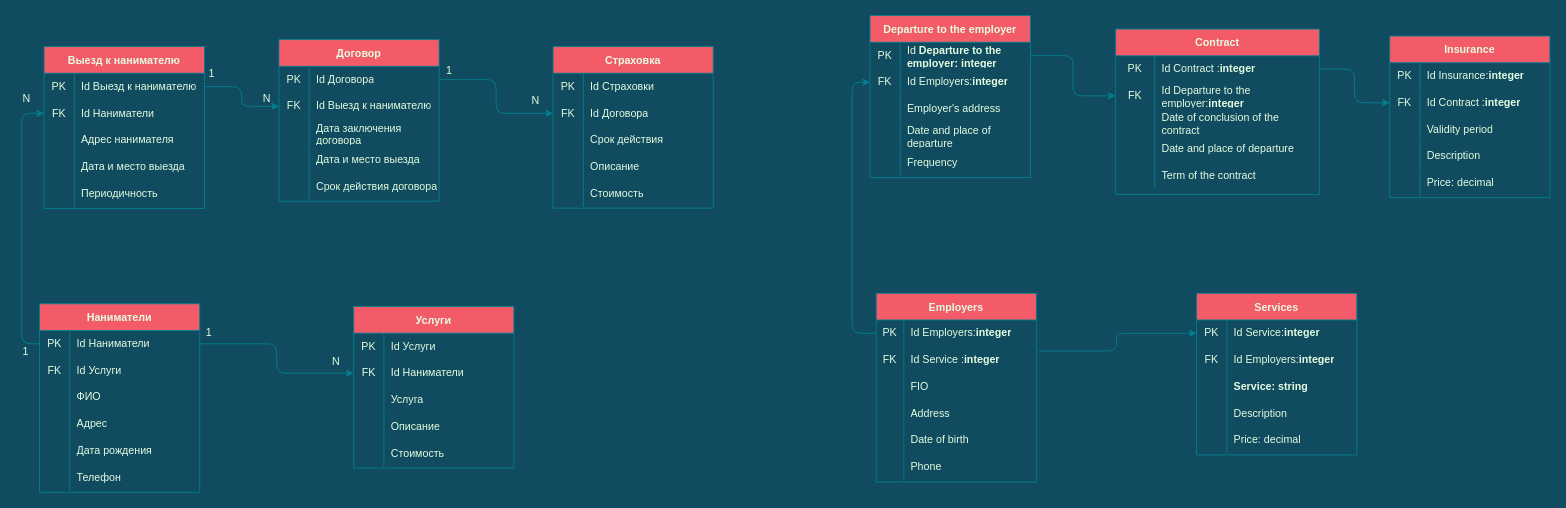
Earlier version of the draw.io diagram TP.drawio (21michael21/Boom21). Source tidied: cells renumbered, new cells numbered last; positions are measured from the earlier drawing's top-left corner, leaving out a move shared by most shapes. Both pictures are drawn from the tidied source at 89%, with x=0, y=0 at pixel (17, 15).
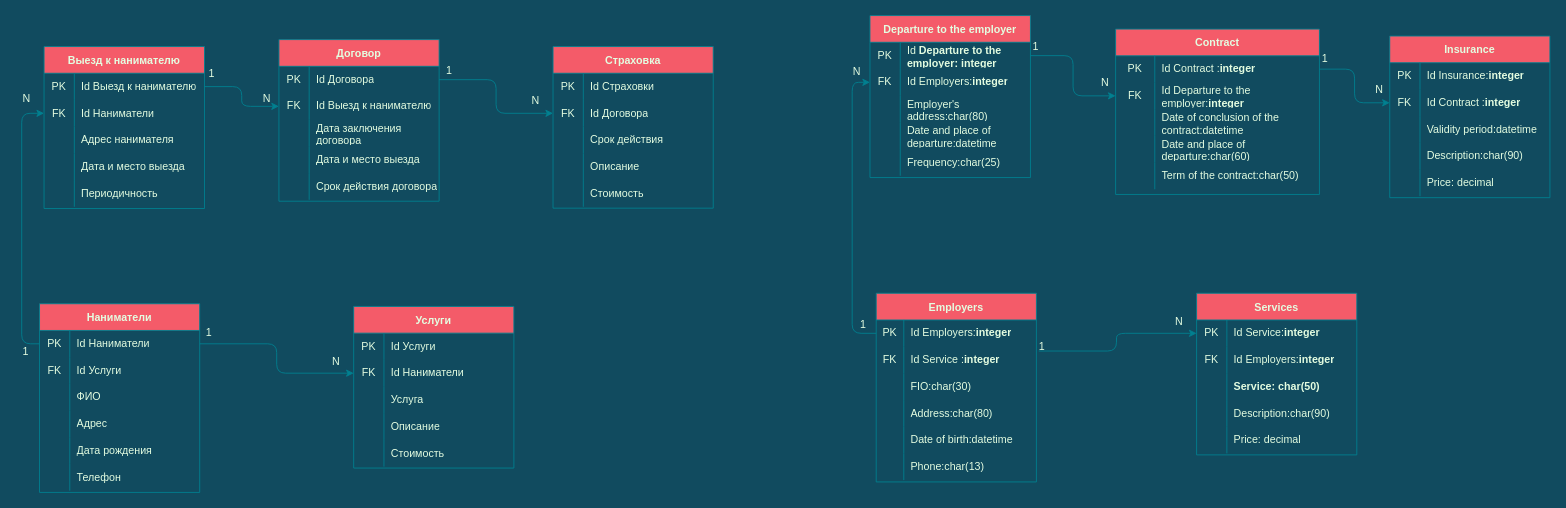
The same diagram, later.

The change refers to these unchanged cells:
```xml
<mxCell id="9" style="shape=tableRow;horizontal=0;startSize=0;swimlaneHead=0;swimlaneBody=0;top=0;left=0;bottom=0;right=0;fillColor=none;rounded=0;sketch=0;fontColor=#E4FDE1;strokeColor=#028090;" parent="2" vertex="1">
  <mxGeometry y="90" width="180.3" height="30" as="geometry" />
</mxCell>
<mxCell id="12" style="shape=tableRow;horizontal=0;startSize=0;swimlaneHead=0;swimlaneBody=0;top=0;left=0;bottom=0;right=0;fillColor=none;rounded=0;sketch=0;fontColor=#E4FDE1;strokeColor=#028090;" parent="2" vertex="1">
  <mxGeometry y="120" width="180.3" height="30" as="geometry" />
</mxCell>
<mxCell id="15" style="shape=tableRow;horizontal=0;startSize=0;swimlaneHead=0;swimlaneBody=0;top=0;left=0;bottom=0;right=0;fillColor=none;rounded=0;sketch=0;fontColor=#E4FDE1;strokeColor=#028090;" parent="2" vertex="1">
  <mxGeometry y="150" width="180.3" height="30" as="geometry" />
</mxCell>
<mxCell id="25" style="shape=tableRow;horizontal=0;startSize=0;swimlaneHead=0;swimlaneBody=0;top=0;left=0;bottom=0;right=0;fillColor=none;rounded=0;sketch=0;fontColor=#E4FDE1;strokeColor=#028090;" parent="18" vertex="1">
  <mxGeometry y="90" width="229" height="30" as="geometry" />
</mxCell>
<mxCell id="28" style="shape=tableRow;horizontal=0;startSize=0;swimlaneHead=0;swimlaneBody=0;top=0;left=0;bottom=0;right=0;fillColor=none;rounded=0;sketch=0;fontColor=#E4FDE1;strokeColor=#028090;" parent="18" vertex="1">
  <mxGeometry y="120" width="229" height="30" as="geometry" />
</mxCell>
<mxCell id="31" style="shape=tableRow;horizontal=0;startSize=0;swimlaneHead=0;swimlaneBody=0;top=0;left=0;bottom=0;right=0;fillColor=none;rounded=0;sketch=0;fontColor=#E4FDE1;strokeColor=#028090;" parent="18" vertex="1">
  <mxGeometry y="150" width="229" height="30" as="geometry" />
</mxCell>
<mxCell id="41" style="shape=tableRow;horizontal=0;startSize=0;swimlaneHead=0;swimlaneBody=0;top=0;left=0;bottom=0;right=0;fillColor=none;rounded=0;sketch=0;fontColor=#E4FDE1;strokeColor=#028090;" parent="34" vertex="1">
  <mxGeometry y="90" width="180" height="30" as="geometry" />
</mxCell>
<mxCell id="44" style="shape=tableRow;horizontal=0;startSize=0;swimlaneHead=0;swimlaneBody=0;top=0;left=0;bottom=0;right=0;fillColor=none;rounded=0;sketch=0;fontColor=#E4FDE1;strokeColor=#028090;" parent="34" vertex="1">
  <mxGeometry y="120" width="180" height="30" as="geometry" />
</mxCell>
<mxCell id="57" style="shape=tableRow;horizontal=0;startSize=0;swimlaneHead=0;swimlaneBody=0;top=0;left=0;bottom=0;right=0;fillColor=none;rounded=0;sketch=0;fontColor=#E4FDE1;strokeColor=#028090;" parent="50" vertex="1">
  <mxGeometry y="90" width="180" height="30" as="geometry" />
</mxCell>
<mxCell id="60" style="shape=tableRow;horizontal=0;startSize=0;swimlaneHead=0;swimlaneBody=0;top=0;left=0;bottom=0;right=0;fillColor=none;rounded=0;sketch=0;fontColor=#E4FDE1;strokeColor=#028090;" parent="50" vertex="1">
  <mxGeometry y="120" width="180" height="30" as="geometry" />
</mxCell>
<mxCell id="63" style="shape=tableRow;horizontal=0;startSize=0;swimlaneHead=0;swimlaneBody=0;top=0;left=0;bottom=0;right=0;fillColor=none;rounded=0;sketch=0;fontColor=#E4FDE1;strokeColor=#028090;" parent="50" vertex="1">
  <mxGeometry y="150" width="180" height="30" as="geometry" />
</mxCell>
<mxCell id="66" style="shape=tableRow;horizontal=0;startSize=0;swimlaneHead=0;swimlaneBody=0;top=0;left=0;bottom=0;right=0;fillColor=none;rounded=0;sketch=0;fontColor=#E4FDE1;strokeColor=#028090;" parent="50" vertex="1">
  <mxGeometry y="180" width="180" height="30" as="geometry" />
</mxCell>
<mxCell id="76" style="shape=tableRow;horizontal=0;startSize=0;swimlaneHead=0;swimlaneBody=0;top=0;left=0;bottom=0;right=0;fillColor=none;rounded=0;sketch=0;fontColor=#E4FDE1;strokeColor=#028090;" parent="69" vertex="1">
  <mxGeometry y="90" width="180" height="30" as="geometry" />
</mxCell>
<mxCell id="79" style="shape=tableRow;horizontal=0;startSize=0;swimlaneHead=0;swimlaneBody=0;top=0;left=0;bottom=0;right=0;fillColor=none;rounded=0;sketch=0;fontColor=#E4FDE1;strokeColor=#028090;" parent="69" vertex="1">
  <mxGeometry y="120" width="180" height="30" as="geometry" />
</mxCell>
```

What changed in the source:
```diff
@@
-    <mxCell id="11" value="Employer's address" style="shape=partialRectangle;html=1;whiteSpace=wrap;fillColor=none;top=0;left=0;bottom=0;right=0;align=left;spacingLeft=6;overflow=hidden;rounded=0;sketch=0;fontColor=#E4FDE1;strokeColor=#028090;" parent="9" vertex="1">
+    <mxCell id="11" value="Employer's address:char(80)" style="shape=partialRectangle;html=1;whiteSpace=wrap;fillColor=none;top=0;left=0;bottom=0;right=0;align=left;spacingLeft=6;overflow=hidden;rounded=0;sketch=0;fontColor=#E4FDE1;strokeColor=#028090;" parent="9" vertex="1">
       <mxGeometry x="34" width="146" height="30" as="geometry" />
     </mxCell>
@@
-    <mxCell id="14" value="Date and place of departure" style="shape=partialRectangle;html=1;whiteSpace=wrap;fillColor=none;top=0;left=0;bottom=0;right=0;align=left;spacingLeft=6;overflow=hidden;rounded=0;sketch=0;fontColor=#E4FDE1;strokeColor=#028090;" parent="12" vertex="1">
+    <mxCell id="14" value="Date and place of departure:datetime" style="shape=partialRectangle;html=1;whiteSpace=wrap;fillColor=none;top=0;left=0;bottom=0;right=0;align=left;spacingLeft=6;overflow=hidden;rounded=0;sketch=0;fontColor=#E4FDE1;strokeColor=#028090;" parent="12" vertex="1">
       <mxGeometry x="34" width="146" height="30" as="geometry" />
     </mxCell>
@@
-    <mxCell id="17" value="Frequency" style="shape=partialRectangle;html=1;whiteSpace=wrap;fillColor=none;top=0;left=0;bottom=0;right=0;align=left;spacingLeft=6;overflow=hidden;rounded=0;sketch=0;fontColor=#E4FDE1;strokeColor=#028090;" parent="15" vertex="1">
+    <mxCell id="17" value="Frequency:char(25)" style="shape=partialRectangle;html=1;whiteSpace=wrap;fillColor=none;top=0;left=0;bottom=0;right=0;align=left;spacingLeft=6;overflow=hidden;rounded=0;sketch=0;fontColor=#E4FDE1;strokeColor=#028090;" parent="15" vertex="1">
       <mxGeometry x="34" width="146" height="30" as="geometry" />
     </mxCell>
@@
-    <mxCell id="27" value="Date of conclusion of the contract" style="shape=partialRectangle;html=1;whiteSpace=wrap;fillColor=none;top=0;left=0;bottom=0;right=0;align=left;spacingLeft=6;overflow=hidden;rounded=0;sketch=0;fontColor=#E4FDE1;strokeColor=#028090;" parent="25" vertex="1">
+    <mxCell id="27" value="Date of conclusion of the contract:datetime" style="shape=partialRectangle;html=1;whiteSpace=wrap;fillColor=none;top=0;left=0;bottom=0;right=0;align=left;spacingLeft=6;overflow=hidden;rounded=0;sketch=0;fontColor=#E4FDE1;strokeColor=#028090;" parent="25" vertex="1">
       <mxGeometry x="44" width="185" height="30" as="geometry" />
     </mxCell>
@@
-    <mxCell id="30" value="Date and place of departure" style="shape=partialRectangle;html=1;whiteSpace=wrap;fillColor=none;top=0;left=0;bottom=0;right=0;align=left;spacingLeft=6;overflow=hidden;rounded=0;sketch=0;fontColor=#E4FDE1;strokeColor=#028090;" parent="28" vertex="1">
+    <mxCell id="30" value="Date and place of departure:char(60)" style="shape=partialRectangle;html=1;whiteSpace=wrap;fillColor=none;top=0;left=0;bottom=0;right=0;align=left;spacingLeft=6;overflow=hidden;rounded=0;sketch=0;fontColor=#E4FDE1;strokeColor=#028090;" parent="28" vertex="1">
       <mxGeometry x="44" width="185" height="30" as="geometry" />
     </mxCell>
@@
-    <mxCell id="33" value="Term of the contract" style="shape=partialRectangle;html=1;whiteSpace=wrap;fillColor=none;top=0;left=0;bottom=0;right=0;align=left;spacingLeft=6;overflow=hidden;rounded=0;sketch=0;fontColor=#E4FDE1;strokeColor=#028090;" parent="31" vertex="1">
+    <mxCell id="33" value="Term of the contract:char(50)" style="shape=partialRectangle;html=1;whiteSpace=wrap;fillColor=none;top=0;left=0;bottom=0;right=0;align=left;spacingLeft=6;overflow=hidden;rounded=0;sketch=0;fontColor=#E4FDE1;strokeColor=#028090;" parent="31" vertex="1">
       <mxGeometry x="44" width="185" height="30" as="geometry" />
     </mxCell>
@@
-    <mxCell id="43" value="Validity period" style="shape=partialRectangle;html=1;whiteSpace=wrap;fillColor=none;top=0;left=0;bottom=0;right=0;align=left;spacingLeft=6;overflow=hidden;rounded=0;sketch=0;fontColor=#E4FDE1;strokeColor=#028090;" parent="41" vertex="1">
+    <mxCell id="43" value="Validity period:datetime" style="shape=partialRectangle;html=1;whiteSpace=wrap;fillColor=none;top=0;left=0;bottom=0;right=0;align=left;spacingLeft=6;overflow=hidden;rounded=0;sketch=0;fontColor=#E4FDE1;strokeColor=#028090;" parent="41" vertex="1">
       <mxGeometry x="34" width="146" height="30" as="geometry" />
     </mxCell>
@@
-    <mxCell id="46" value="Description" style="shape=partialRectangle;html=1;whiteSpace=wrap;fillColor=none;top=0;left=0;bottom=0;right=0;align=left;spacingLeft=6;overflow=hidden;rounded=0;sketch=0;fontColor=#E4FDE1;strokeColor=#028090;" parent="44" vertex="1">
+    <mxCell id="46" value="Description:char(90)" style="shape=partialRectangle;html=1;whiteSpace=wrap;fillColor=none;top=0;left=0;bottom=0;right=0;align=left;spacingLeft=6;overflow=hidden;rounded=0;sketch=0;fontColor=#E4FDE1;strokeColor=#028090;" parent="44" vertex="1">
       <mxGeometry x="34" width="146" height="30" as="geometry" />
     </mxCell>
@@
-    <mxCell id="59" value="&lt;span&gt;FIO&lt;/span&gt;" style="shape=partialRectangle;html=1;whiteSpace=wrap;fillColor=none;top=0;left=0;bottom=0;right=0;align=left;spacingLeft=6;overflow=hidden;rounded=0;sketch=0;fontColor=#E4FDE1;strokeColor=#028090;" parent="57" vertex="1">
+    <mxCell id="59" value="&lt;span&gt;FIO:char(30)&lt;/span&gt;" style="shape=partialRectangle;html=1;whiteSpace=wrap;fillColor=none;top=0;left=0;bottom=0;right=0;align=left;spacingLeft=6;overflow=hidden;rounded=0;sketch=0;fontColor=#E4FDE1;strokeColor=#028090;" parent="57" vertex="1">
       <mxGeometry x="31" width="149" height="30" as="geometry" />
     </mxCell>
@@
-    <mxCell id="62" value="Address" style="shape=partialRectangle;html=1;whiteSpace=wrap;fillColor=none;top=0;left=0;bottom=0;right=0;align=left;spacingLeft=6;overflow=hidden;rounded=0;sketch=0;fontColor=#E4FDE1;strokeColor=#028090;" parent="60" vertex="1">
+    <mxCell id="62" value="Address:char(80)" style="shape=partialRectangle;html=1;whiteSpace=wrap;fillColor=none;top=0;left=0;bottom=0;right=0;align=left;spacingLeft=6;overflow=hidden;rounded=0;sketch=0;fontColor=#E4FDE1;strokeColor=#028090;" parent="60" vertex="1">
       <mxGeometry x="31" width="149" height="30" as="geometry" />
     </mxCell>
@@
-    <mxCell id="65" value="Date of birth" style="shape=partialRectangle;html=1;whiteSpace=wrap;fillColor=none;top=0;left=0;bottom=0;right=0;align=left;spacingLeft=6;overflow=hidden;rounded=0;sketch=0;fontColor=#E4FDE1;strokeColor=#028090;" parent="63" vertex="1">
+    <mxCell id="65" value="Date of birth:datetime" style="shape=partialRectangle;html=1;whiteSpace=wrap;fillColor=none;top=0;left=0;bottom=0;right=0;align=left;spacingLeft=6;overflow=hidden;rounded=0;sketch=0;fontColor=#E4FDE1;strokeColor=#028090;" parent="63" vertex="1">
       <mxGeometry x="31" width="149" height="30" as="geometry" />
     </mxCell>
@@
-    <mxCell id="68" value="Phone" style="shape=partialRectangle;html=1;whiteSpace=wrap;fillColor=none;top=0;left=0;bottom=0;right=0;align=left;spacingLeft=6;overflow=hidden;rounded=0;sketch=0;fontColor=#E4FDE1;strokeColor=#028090;" parent="66" vertex="1">
+    <mxCell id="68" value="Phone:char(13)" style="shape=partialRectangle;html=1;whiteSpace=wrap;fillColor=none;top=0;left=0;bottom=0;right=0;align=left;spacingLeft=6;overflow=hidden;rounded=0;sketch=0;fontColor=#E4FDE1;strokeColor=#028090;" parent="66" vertex="1">
       <mxGeometry x="31" width="149" height="30" as="geometry" />
     </mxCell>
@@
-    <mxCell id="78" value="&lt;span style=&quot;font-weight: 700 ; text-align: center&quot;&gt;Service: string&lt;/span&gt;" style="shape=partialRectangle;html=1;whiteSpace=wrap;fillColor=none;top=0;left=0;bottom=0;right=0;align=left;spacingLeft=6;overflow=hidden;rounded=0;sketch=0;fontColor=#E4FDE1;strokeColor=#028090;" parent="76" vertex="1">
+    <mxCell id="78" value="&lt;span style=&quot;font-weight: 700 ; text-align: center ; line-height: 1&quot;&gt;Service: char(50)&lt;/span&gt;" style="shape=partialRectangle;html=1;whiteSpace=wrap;fillColor=none;top=0;left=0;bottom=0;right=0;align=left;spacingLeft=6;overflow=hidden;rounded=0;sketch=0;fontColor=#E4FDE1;strokeColor=#028090;" parent="76" vertex="1">
       <mxGeometry x="34" width="146" height="30" as="geometry" />
     </mxCell>
@@
-    <mxCell id="81" value="Description" style="shape=partialRectangle;html=1;whiteSpace=wrap;fillColor=none;top=0;left=0;bottom=0;right=0;align=left;spacingLeft=6;overflow=hidden;rounded=0;sketch=0;fontColor=#E4FDE1;strokeColor=#028090;" parent="79" vertex="1">
+    <mxCell id="81" value="Description:char(90)" style="shape=partialRectangle;html=1;whiteSpace=wrap;fillColor=none;top=0;left=0;bottom=0;right=0;align=left;spacingLeft=6;overflow=hidden;rounded=0;sketch=0;fontColor=#E4FDE1;strokeColor=#028090;" parent="79" vertex="1">
       <mxGeometry x="34" width="146" height="30" as="geometry" />
     </mxCell>
@@
+    <mxCell id="184" value="N" style="text;html=1;align=center;verticalAlign=middle;strokeColor=none;fillColor=none;fontColor=#E4FDE1;" parent="1" vertex="1">
+      <mxGeometry x="1520" y="75" width="19" height="18" as="geometry" />
+    </mxCell>
+    <mxCell id="185" value="1" style="text;html=1;align=center;verticalAlign=middle;strokeColor=none;fillColor=none;fontColor=#E4FDE1;" parent="1" vertex="1">
+      <mxGeometry x="1461" y="40" width="16" height="18" as="geometry" />
+    </mxCell>
+    <mxCell id="186" value="N" style="text;html=1;align=center;verticalAlign=middle;strokeColor=none;fillColor=none;fontColor=#E4FDE1;" parent="1" vertex="1">
+      <mxGeometry x="1212" y="67" width="19" height="18" as="geometry" />
+    </mxCell>
+    <mxCell id="187" value="1" style="text;html=1;align=center;verticalAlign=middle;strokeColor=none;fillColor=none;fontColor=#E4FDE1;" parent="1" vertex="1">
+      <mxGeometry x="1136" y="26" width="16" height="18" as="geometry" />
+    </mxCell>
+    <mxCell id="188" value="N" style="text;html=1;align=center;verticalAlign=middle;strokeColor=none;fillColor=none;fontColor=#E4FDE1;" parent="1" vertex="1">
+      <mxGeometry x="933" y="54" width="19" height="18" as="geometry" />
+    </mxCell>
+    <mxCell id="189" value="1" style="text;html=1;align=center;verticalAlign=middle;strokeColor=none;fillColor=none;fontColor=#E4FDE1;" parent="1" vertex="1">
+      <mxGeometry x="942" y="338" width="16" height="18" as="geometry" />
+    </mxCell>
+    <mxCell id="190" value="1" style="text;html=1;align=center;verticalAlign=middle;strokeColor=none;fillColor=none;fontColor=#E4FDE1;" parent="1" vertex="1">
+      <mxGeometry x="1143" y="363" width="16" height="18" as="geometry" />
+    </mxCell>
+    <mxCell id="191" value="N" style="text;html=1;align=center;verticalAlign=middle;strokeColor=none;fillColor=none;fontColor=#E4FDE1;" parent="1" vertex="1">
+      <mxGeometry x="1295" y="335" width="19" height="18" as="geometry" />
+    </mxCell>
```
